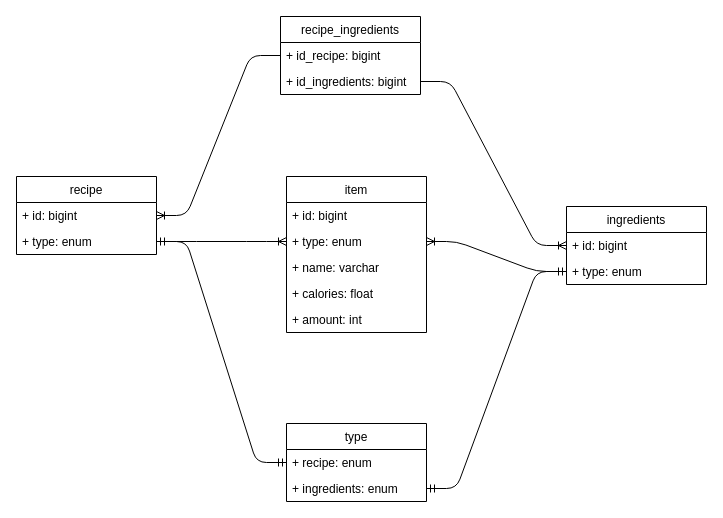
The draw.io diagram recipeSystem.drawio in anastasiaakimova/recipeSystem, before the edit. Source tidied: cells renumbered, new cells numbered last; positions are measured from the earlier drawing's top-left corner, leaving out a move shared by most shapes. Both pictures are drawn from the tidied source at 100%, with x=0, y=0 at pixel (16, 16).
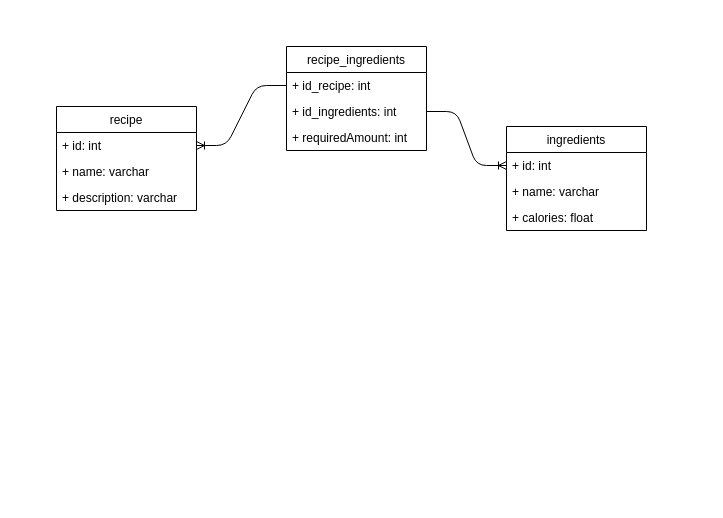
The same diagram, later.

The edit, as a diff of the source:
```diff
@@
-    <mxCell id="2" style="edgeStyle=entityRelationEdgeStyle;fontSize=12;html=1;endArrow=ERoneToMany;" parent="1" edge="1" source="5" target="16">
-      <mxGeometry relative="1" as="geometry" />
-    </mxCell>
     <mxCell id="3" value="recipe" style="swimlane;fontStyle=0;horizontal=1;startSize=26;fillColor=none;" parent="1" vertex="1">
-      <mxGeometry y="160" width="140" height="78" as="geometry" />
+      <mxGeometry x="40" y="90" width="140" height="104" as="geometry" />
     </mxCell>
-    <mxCell id="4" value="+ id: bigint" style="text;strokeColor=none;fillColor=none;align=left;verticalAlign=top;spacingLeft=4;spacingRight=4;overflow=hidden;points=[[0,0.5],[1,0.5]];portConstraint=eastwest;" parent="3" vertex="1">
+    <mxCell id="4" value="+ id: int" style="text;strokeColor=none;fillColor=none;align=left;verticalAlign=top;spacingLeft=4;spacingRight=4;overflow=hidden;points=[[0,0.5],[1,0.5]];portConstraint=eastwest;" parent="3" vertex="1">
       <mxGeometry y="26" width="140" height="26" as="geometry" />
     </mxCell>
-    <mxCell id="5" value="+ type: enum" style="text;strokeColor=none;fillColor=none;align=left;verticalAlign=top;spacingLeft=4;spacingRight=4;overflow=hidden;points=[[0,0.5],[1,0.5]];portConstraint=eastwest;" parent="3" vertex="1">
-      <mxGeometry y="52" width="140" height="26" as="geometry" />
-    </mxCell>
+    <mxCell id="26" value="+ name: varchar" style="text;strokeColor=none;fillColor=none;align=left;verticalAlign=top;spacingLeft=4;spacingRight=4;overflow=hidden;" parent="3" vertex="1">
+      <mxGeometry y="52" width="140" height="26" as="geometry" />
+    </mxCell>
+    <mxCell id="27" value="+ description: varchar" style="text;strokeColor=none;fillColor=none;align=left;verticalAlign=top;spacingLeft=4;spacingRight=4;overflow=hidden;" parent="3" vertex="1">
+      <mxGeometry y="78" width="140" height="26" as="geometry" />
+    </mxCell>
     <mxCell id="6" value="ingredients" style="swimlane;fontStyle=0;horizontal=1;startSize=26;fillColor=none;" parent="1" vertex="1">
-      <mxGeometry x="550" y="190" width="140" height="78" as="geometry" />
+      <mxGeometry x="490" y="110" width="140" height="104" as="geometry" />
     </mxCell>
-    <mxCell id="7" value="+ id: bigint" style="text;strokeColor=none;fillColor=none;align=left;verticalAlign=top;spacingLeft=4;spacingRight=4;overflow=hidden;points=[[0,0.5],[1,0.5]];portConstraint=eastwest;" parent="6" vertex="1">
+    <mxCell id="7" value="+ id: int" style="text;strokeColor=none;fillColor=none;align=left;verticalAlign=top;spacingLeft=4;spacingRight=4;overflow=hidden;points=[[0,0.5],[1,0.5]];portConstraint=eastwest;" parent="6" vertex="1">
       <mxGeometry y="26" width="140" height="26" as="geometry" />
     </mxCell>
-    <mxCell id="8" value="+ type: enum" style="text;strokeColor=none;fillColor=none;align=left;verticalAlign=top;spacingLeft=4;spacingRight=4;overflow=hidden;points=[[0,0.5],[1,0.5]];portConstraint=eastwest;" parent="6" vertex="1">
-      <mxGeometry y="52" width="140" height="26" as="geometry" />
-    </mxCell>
+    <mxCell id="17" value="+ name: varchar" style="text;strokeColor=none;fillColor=none;align=left;verticalAlign=top;spacingLeft=4;spacingRight=4;overflow=hidden;" parent="6" vertex="1">
+      <mxGeometry y="52" width="140" height="26" as="geometry" />
+    </mxCell>
+    <mxCell id="18" value="+ calories: float" style="text;strokeColor=none;fillColor=none;align=left;verticalAlign=top;spacingLeft=4;spacingRight=4;overflow=hidden;" parent="6" vertex="1">
+      <mxGeometry y="78" width="140" height="26" as="geometry" />
+    </mxCell>
     <mxCell id="9" value="recipe_ingredients" style="swimlane;fontStyle=0;horizontal=1;startSize=26;fillColor=none;" parent="1" vertex="1">
-      <mxGeometry x="264" width="140" height="78" as="geometry" />
+      <mxGeometry x="270" y="30" width="140" height="104" as="geometry" />
     </mxCell>
-    <mxCell id="10" value="+ id_recipe: bigint" style="text;strokeColor=none;fillColor=none;align=left;verticalAlign=top;spacingLeft=4;spacingRight=4;overflow=hidden;points=[[0,0.5],[1,0.5]];portConstraint=eastwest;" parent="9" vertex="1">
+    <mxCell id="10" value="+ id_recipe: int" style="text;strokeColor=none;fillColor=none;align=left;verticalAlign=top;spacingLeft=4;spacingRight=4;overflow=hidden;points=[[0,0.5],[1,0.5]];portConstraint=eastwest;" parent="9" vertex="1">
       <mxGeometry y="26" width="140" height="26" as="geometry" />
     </mxCell>
-    <mxCell id="11" value="+ id_ingredients: bigint" style="text;strokeColor=none;fillColor=none;align=left;verticalAlign=top;spacingLeft=4;spacingRight=4;overflow=hidden;points=[[0,0.5],[1,0.5]];portConstraint=eastwest;" parent="9" vertex="1">
+    <mxCell id="11" value="+ id_ingredients: int" style="text;strokeColor=none;fillColor=none;align=left;verticalAlign=top;spacingLeft=4;spacingRight=4;overflow=hidden;points=[[0,0.5],[1,0.5]];portConstraint=eastwest;" parent="9" vertex="1">
       <mxGeometry y="52" width="140" height="26" as="geometry" />
     </mxCell>
+    <mxCell id="19" value="+ requiredAmount: int" style="text;strokeColor=none;fillColor=none;align=left;verticalAlign=top;spacingLeft=4;spacingRight=4;overflow=hidden;" parent="9" vertex="1">
+      <mxGeometry y="78" width="140" height="26" as="geometry" />
+    </mxCell>
@@
-    <mxCell id="14" value="item" style="swimlane;fontStyle=0;horizontal=1;startSize=26;fillColor=none;" parent="1" vertex="1">
-      <mxGeometry x="270" y="160" width="140" height="156" as="geometry" />
-    </mxCell>
-    <mxCell id="15" value="+ id: bigint" style="text;strokeColor=none;fillColor=none;align=left;verticalAlign=top;spacingLeft=4;spacingRight=4;overflow=hidden;" parent="14" vertex="1">
-      <mxGeometry y="26" width="140" height="26" as="geometry" />
-    </mxCell>
-    <mxCell id="16" value="+ type: enum" style="text;strokeColor=none;fillColor=none;align=left;verticalAlign=top;spacingLeft=4;spacingRight=4;overflow=hidden;points=[[0,0.5],[1,0.5]];portConstraint=eastwest;" parent="14" vertex="1">
-      <mxGeometry y="52" width="140" height="26" as="geometry" />
-    </mxCell>
-    <mxCell id="17" value="+ name: varchar" style="text;strokeColor=none;fillColor=none;align=left;verticalAlign=top;spacingLeft=4;spacingRight=4;overflow=hidden;" parent="14" vertex="1">
-      <mxGeometry y="78" width="140" height="26" as="geometry" />
-    </mxCell>
-    <mxCell id="18" value="+ calories: float" style="text;strokeColor=none;fillColor=none;align=left;verticalAlign=top;spacingLeft=4;spacingRight=4;overflow=hidden;" parent="14" vertex="1">
-      <mxGeometry y="104" width="140" height="26" as="geometry" />
-    </mxCell>
-    <mxCell id="19" value="+ amount: int" style="text;strokeColor=none;fillColor=none;align=left;verticalAlign=top;spacingLeft=4;spacingRight=4;overflow=hidden;" parent="14" vertex="1">
-      <mxGeometry y="130" width="140" height="26" as="geometry" />
-    </mxCell>
-    <mxCell id="20" style="edgeStyle=entityRelationEdgeStyle;fontSize=12;html=1;endArrow=ERoneToMany;" parent="1" edge="1" source="8" target="16">
-      <mxGeometry relative="1" as="geometry" />
-    </mxCell>
-    <mxCell id="21" value="type" style="swimlane;fontStyle=0;horizontal=1;startSize=26;fillColor=none;" parent="1" vertex="1">
-      <mxGeometry x="270" y="407" width="140" height="78" as="geometry" />
-    </mxCell>
-    <mxCell id="22" value="+ recipe: enum" style="text;strokeColor=none;fillColor=none;align=left;verticalAlign=top;spacingLeft=4;spacingRight=4;overflow=hidden;points=[[0,0.5],[1,0.5]];portConstraint=eastwest;" parent="21" vertex="1">
-      <mxGeometry y="26" width="140" height="26" as="geometry" />
-    </mxCell>
-    <mxCell id="23" value="+ ingredients: enum" style="text;strokeColor=none;fillColor=none;align=left;verticalAlign=top;spacingLeft=4;spacingRight=4;overflow=hidden;points=[[0,0.5],[1,0.5]];portConstraint=eastwest;" parent="21" vertex="1">
-      <mxGeometry y="52" width="140" height="26" as="geometry" />
-    </mxCell>
-    <mxCell id="24" style="edgeStyle=entityRelationEdgeStyle;fontSize=12;html=1;endArrow=ERmandOne;startArrow=ERmandOne;" parent="1" edge="1" source="5" target="22">
-      <mxGeometry relative="1" as="geometry" />
-    </mxCell>
-    <mxCell id="25" style="edgeStyle=entityRelationEdgeStyle;fontSize=12;html=1;endArrow=ERmandOne;startArrow=ERmandOne;" parent="1" edge="1" source="23" target="8">
-      <mxGeometry relative="1" as="geometry" />
-    </mxCell>
```
